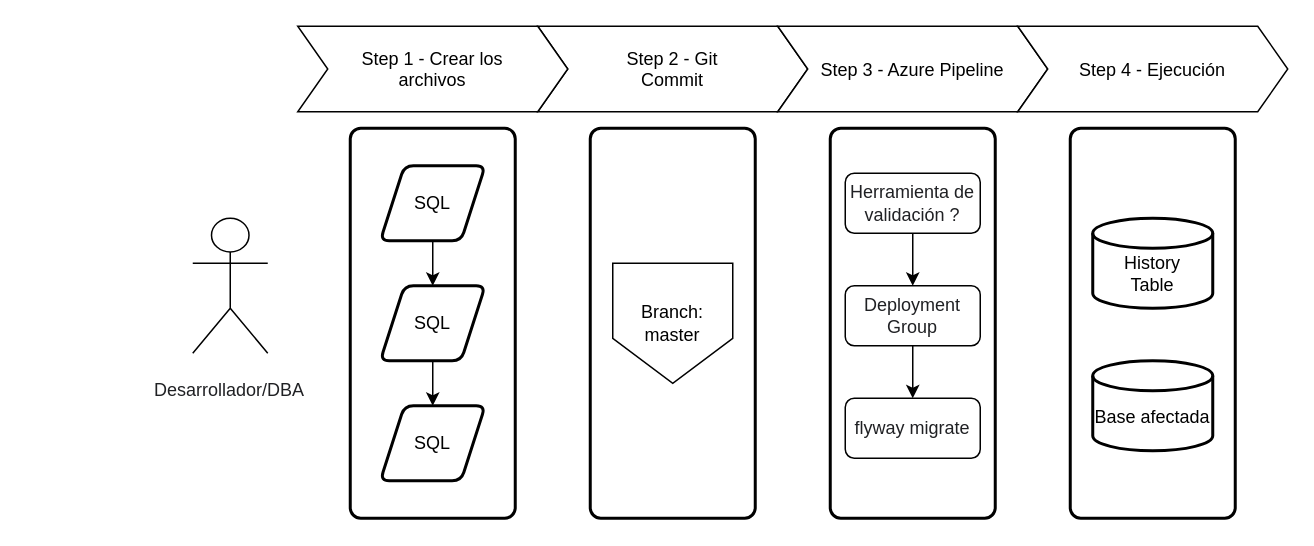
rafaeldelia/fluxoflyway keeps this draw.io diagram as Fluxo Flyway.drawio.xml. Above is the earlier version. Source tidied: cells renumbered, new cells numbered last; positions are measured from the earlier drawing's top-left corner, leaving out a move shared by most shapes. Both pictures are drawn from the tidied source at 150%, with x=0, y=0 at pixel (192, 26).
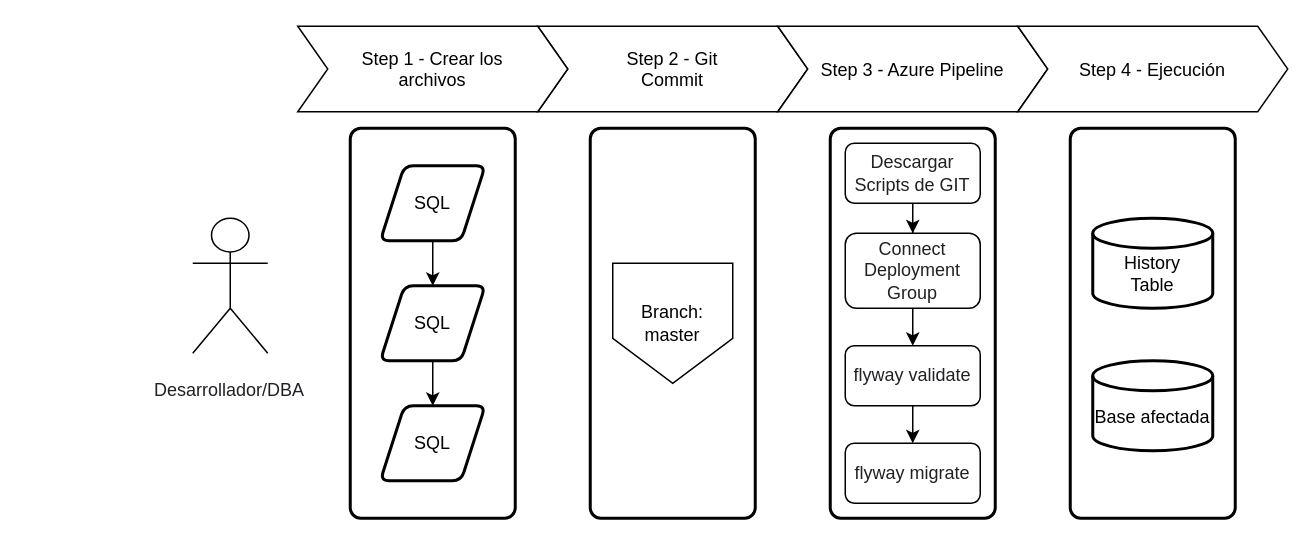
The same diagram, later.

What changed in the source:
```diff
@@
-    <mxCell id="17" style="edgeStyle=orthogonalEdgeStyle;rounded=0;jettySize=auto;html=1;fontSize=12;" parent="1" edge="1" source="18" target="20">
-      <mxGeometry relative="1" as="geometry" />
-    </mxCell>
-    <mxCell id="18" value="&lt;font style=&quot;font-size: 12px&quot;&gt;&lt;span style=&quot;color: rgb(32 , 33 , 36) ; font-family: &amp;#34;arial&amp;#34; , sans-serif ; text-align: left&quot;&gt;Herramienta de validación ?&lt;/span&gt;&lt;/font&gt;" style="rounded=1;whiteSpace=wrap;html=1;fontSize=12;glass=0;strokeWidth=1;shadow=0;" parent="1" vertex="1">
-      <mxGeometry x="435" y="98" width="90" height="40" as="geometry" />
-    </mxCell>
@@
-    <mxCell id="20" value="&lt;font style=&quot;font-size: 12px&quot;&gt;&lt;span style=&quot;color: rgb(32 , 33 , 36) ; font-family: &amp;#34;arial&amp;#34; , sans-serif ; text-align: left&quot;&gt;Deployment Group&lt;/span&gt;&lt;/font&gt;" style="rounded=1;whiteSpace=wrap;html=1;fontSize=12;glass=0;strokeWidth=1;shadow=0;" parent="1" vertex="1">
-      <mxGeometry x="435" y="173" width="90" height="40" as="geometry" />
+    <mxCell id="20" value="&lt;font style=&quot;font-size: 12px&quot;&gt;&lt;span style=&quot;color: rgb(32 , 33 , 36) ; font-family: &amp;#34;arial&amp;#34; , sans-serif ; text-align: left&quot;&gt;Connect Deployment Group&lt;/span&gt;&lt;/font&gt;" style="rounded=1;whiteSpace=wrap;html=1;fontSize=12;glass=0;strokeWidth=1;shadow=0;" parent="1" vertex="1">
+      <mxGeometry x="435" y="138" width="90" height="50" as="geometry" />
     </mxCell>
+    <mxCell id="24" style="edgeStyle=orthogonalEdgeStyle;rounded=0;jettySize=auto;html=1;" parent="1" edge="1" source="21" target="25">
+      <mxGeometry relative="1" as="geometry" />
+    </mxCell>
-    <mxCell id="21" value="&lt;font style=&quot;font-size: 12px&quot;&gt;&lt;span style=&quot;color: rgb(32 , 33 , 36) ; font-family: &amp;#34;arial&amp;#34; , sans-serif ; text-align: left&quot;&gt;flyway migrate&lt;/span&gt;&lt;/font&gt;" style="rounded=1;whiteSpace=wrap;html=1;fontSize=12;glass=0;strokeWidth=1;shadow=0;" parent="1" vertex="1">
-      <mxGeometry x="435" y="248" width="90" height="40" as="geometry" />
+    <mxCell id="21" value="&lt;font style=&quot;font-size: 12px&quot;&gt;&lt;span style=&quot;color: rgb(32 , 33 , 36) ; font-family: &amp;#34;arial&amp;#34; , sans-serif ; text-align: left&quot;&gt;flyway validate&lt;/span&gt;&lt;/font&gt;" style="rounded=1;whiteSpace=wrap;html=1;fontSize=12;glass=0;strokeWidth=1;shadow=0;" parent="1" vertex="1">
+      <mxGeometry x="435" y="213" width="90" height="40" as="geometry" />
     </mxCell>
@@
+    <mxCell id="25" value="&lt;font style=&quot;font-size: 12px&quot;&gt;&lt;span style=&quot;color: rgb(32 , 33 , 36) ; font-family: &amp;#34;arial&amp;#34; , sans-serif ; text-align: left&quot;&gt;flyway migrate&lt;/span&gt;&lt;/font&gt;" style="rounded=1;whiteSpace=wrap;html=1;fontSize=12;glass=0;strokeWidth=1;shadow=0;" parent="1" vertex="1">
+      <mxGeometry x="435" y="278" width="90" height="40" as="geometry" />
+    </mxCell>
+    <mxCell id="26" style="edgeStyle=orthogonalEdgeStyle;rounded=0;jettySize=auto;html=1;entryX=0.5;entryY=0;entryDx=0;entryDy=0;" parent="1" edge="1" source="27" target="20">
+      <mxGeometry relative="1" as="geometry" />
+    </mxCell>
+    <mxCell id="27" value="&lt;font style=&quot;font-size: 12px&quot;&gt;&lt;span style=&quot;color: rgb(32 , 33 , 36) ; font-family: &amp;#34;arial&amp;#34; , sans-serif ; text-align: left&quot;&gt;Descargar Scripts de GIT&lt;/span&gt;&lt;/font&gt;" style="rounded=1;whiteSpace=wrap;html=1;fontSize=12;glass=0;strokeWidth=1;shadow=0;" parent="1" vertex="1">
+      <mxGeometry x="435" y="78" width="90" height="40" as="geometry" />
+    </mxCell>
```
